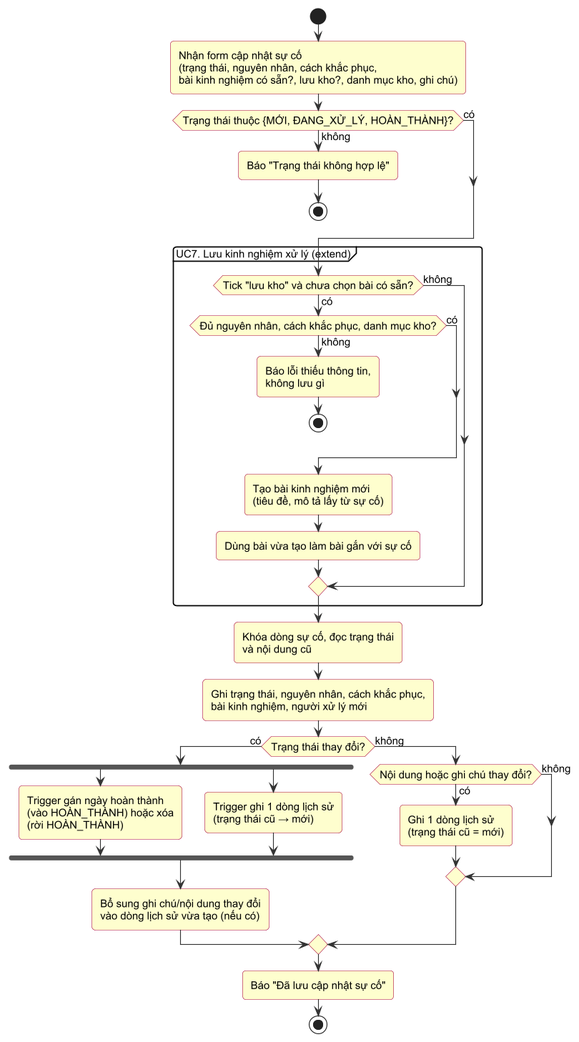
The PlantUML diagram docs/uml/h1_8b_hoatdong_xuly.png in greyd254/IMS_TEST, before a commit. The source it was exported from:
```plantuml
@startuml h1_8b_hoatdong_xuly
!include _style.iuml

start
:Nhận form cập nhật sự cố
(trạng thái, nguyên nhân, cách khắc phục,
bài kinh nghiệm có sẵn?, lưu kho?, danh mục kho, ghi chú);
if (Trạng thái thuộc {MỚI, ĐANG_XỬ_LÝ, HOÀN_THÀNH}?) then (không)
  :Báo "Trạng thái không hợp lệ";
  stop
else (có)
endif

partition "UC7. Lưu kinh nghiệm xử lý (extend)" {
  if (Tick "lưu kho" và chưa chọn bài có sẵn?) then (có)
    if (Đủ nguyên nhân, cách khắc phục, danh mục kho?) then (không)
      :Báo lỗi thiếu thông tin,
      không lưu gì;
      stop
    else (có)
    endif
    :Tạo bài kinh nghiệm mới
    (tiêu đề, mô tả lấy từ sự cố);
    :Dùng bài vừa tạo làm bài gắn với sự cố;
  else (không)
  endif
}

:Khóa dòng sự cố, đọc trạng thái
và nội dung cũ;
:Ghi trạng thái, nguyên nhân, cách khắc phục,
bài kinh nghiệm, người xử lý mới;
if (Trạng thái thay đổi?) then (có)
  fork
    :Trigger gán ngày hoàn thành
    (vào HOÀN_THÀNH) hoặc xóa
    (rời HOÀN_THÀNH);
  fork again
    :Trigger ghi 1 dòng lịch sử
    (trạng thái cũ → mới);
  end fork
  :Bổ sung ghi chú/nội dung thay đổi
  vào dòng lịch sử vừa tạo (nếu có);
else (không)
  if (Nội dung hoặc ghi chú thay đổi?) then (có)
    :Ghi 1 dòng lịch sử
    (trạng thái cũ = mới);
  else (không)
  endif
endif
:Báo "Đã lưu cập nhật sự cố";
stop
@enduml
```
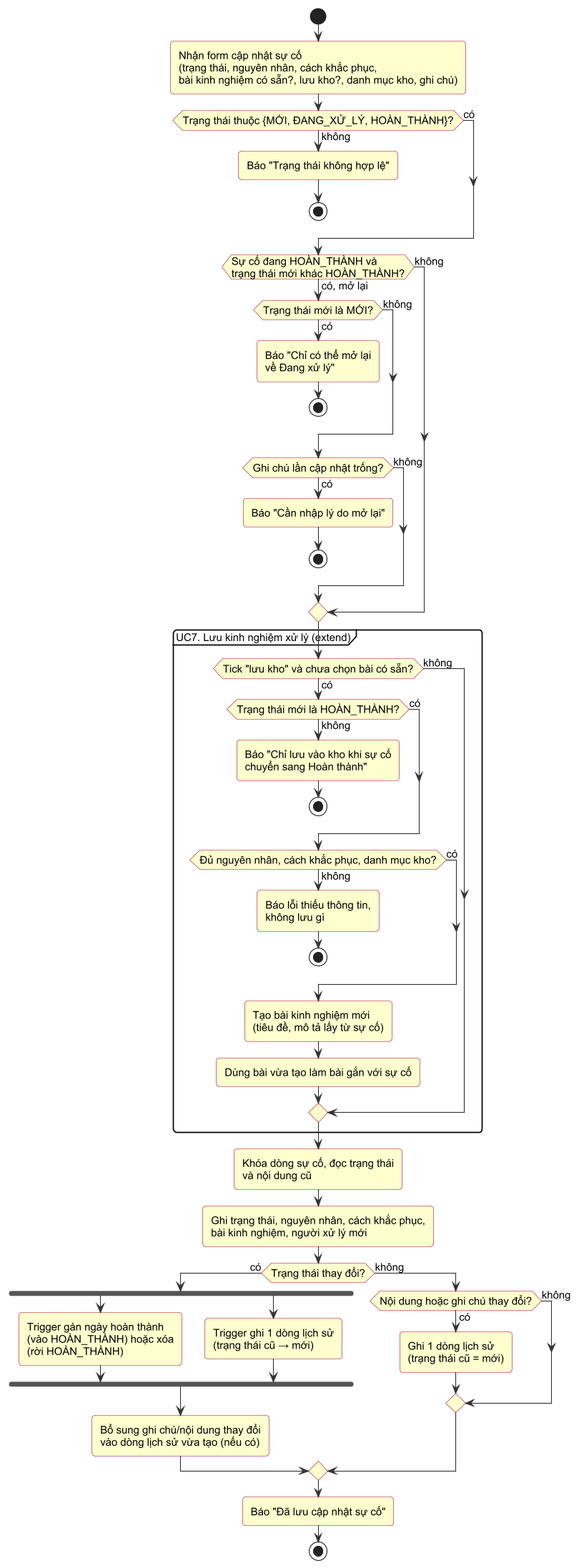
Later version of the same file.

What changed in the source:
```diff
@@ -11,8 +11,30 @@
 else (có)
 endif
 
+if (Sự cố đang HOÀN_THÀNH và
+trạng thái mới khác HOÀN_THÀNH?) then (có, mở lại)
+  if (Trạng thái mới là MỚI?) then (có)
+    :Báo "Chỉ có thể mở lại
+    về Đang xử lý";
+    stop
+  else (không)
+  endif
+  if (Ghi chú lần cập nhật trống?) then (có)
+    :Báo "Cần nhập lý do mở lại";
+    stop
+  else (không)
+  endif
+else (không)
+endif
+
 partition "UC7. Lưu kinh nghiệm xử lý (extend)" {
   if (Tick "lưu kho" và chưa chọn bài có sẵn?) then (có)
+    if (Trạng thái mới là HOÀN_THÀNH?) then (không)
+      :Báo "Chỉ lưu vào kho khi sự cố
+      chuyển sang Hoàn thành";
+      stop
+    else (có)
+    endif
     if (Đủ nguyên nhân, cách khắc phục, danh mục kho?) then (không)
       :Báo lỗi thiếu thông tin,
       không lưu gì;
```
